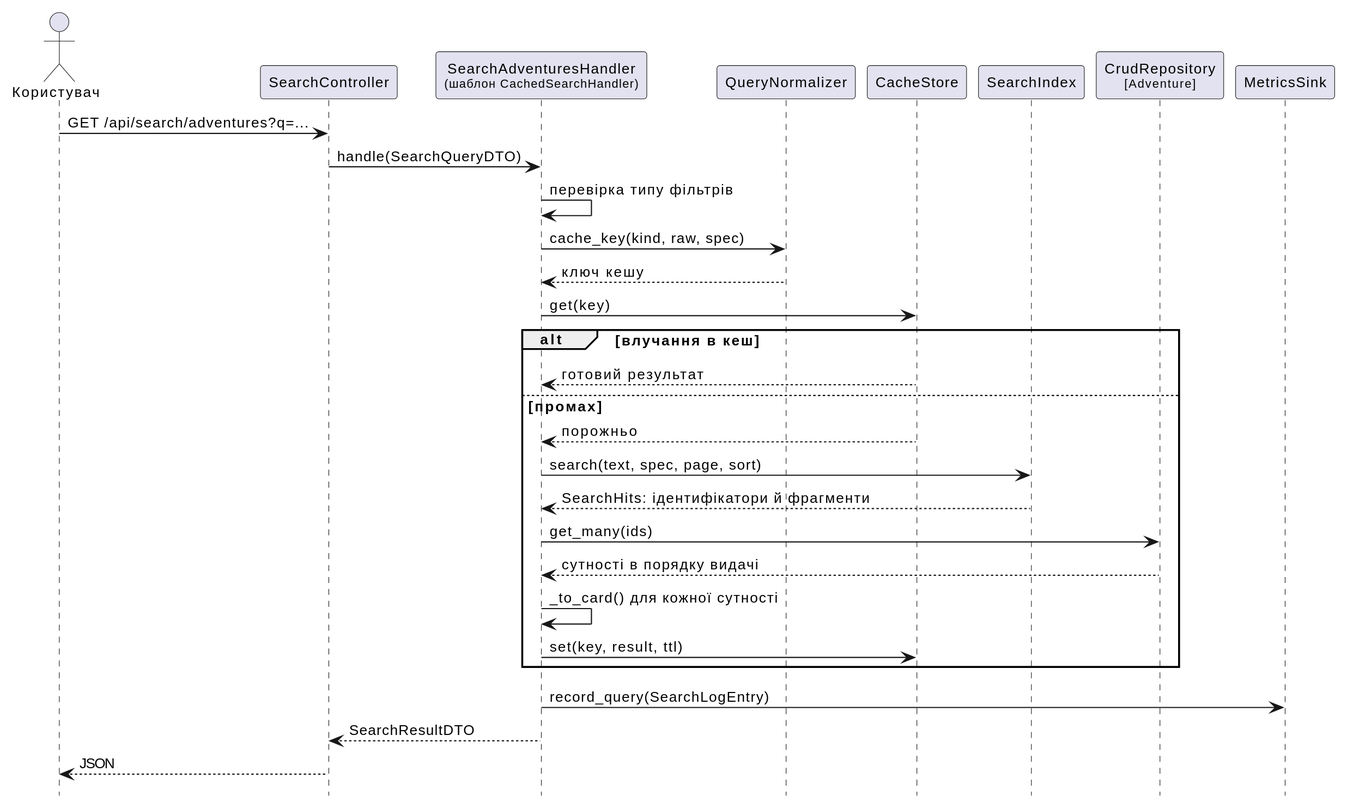
Above: docs/conceptual/arch-06-sequence-read.svg in Oleksiiska/DB_coursework_D-D (PlantUML), before the change. Source of this version:
```plantuml
@startuml
skinparam backgroundColor white
skinparam shadowing false
skinparam dpi 150
skinparam defaultFontSize 12
hide footbox

actor Користувач as U
participant "SearchController" as C
participant "SearchAdventuresHandler\n<size:10>(шаблон CachedSearchHandler)</size>" as H
participant "QueryNormalizer" as N
participant "CacheStore" as K
participant "SearchIndex" as S
participant "CrudRepository\n<size:10>[Adventure]</size>" as D
participant "MetricsSink" as M

U -> C : GET /api/search/adventures?q=...
C -> H : handle(SearchQueryDTO)
H -> H : перевірка типу фільтрів
H -> N : cache_key(kind, raw, spec)
N --> H : ключ кешу

H -> K : get(key)
alt влучання в кеш
  K --> H : готовий результат
else промах
  K --> H : порожньо
  H -> S : search(text, spec, page, sort)
  S --> H : SearchHits: ідентифікатори й фрагменти
  H -> D : get_many(ids)
  D --> H : сутності в порядку видачі
  H -> H : _to_card() для кожної сутності
  H -> K : set(key, result, ttl)
end
H -> M : record_query(SearchLogEntry)
H --> C : SearchResultDTO
C --> U : JSON
@enduml
```
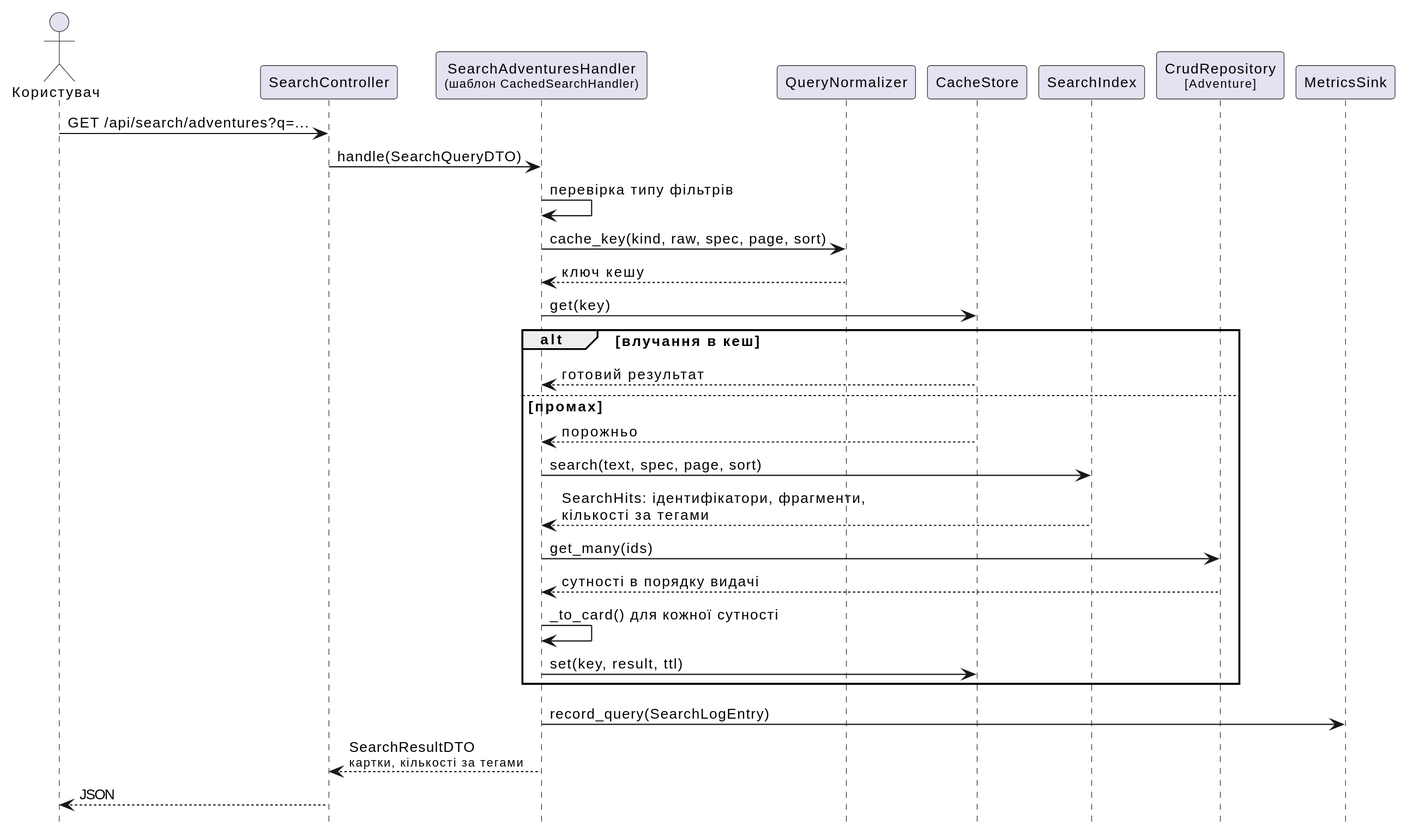
The same file after the commit.

Change to the diagram source:
```diff
@@ -17,7 +17,7 @@
 U -> C : GET /api/search/adventures?q=...
 C -> H : handle(SearchQueryDTO)
 H -> H : перевірка типу фільтрів
-H -> N : cache_key(kind, raw, spec)
+H -> N : cache_key(kind, raw, spec, page, sort)
 N --> H : ключ кешу
 
 H -> K : get(key)
@@ -26,13 +26,13 @@
 else промах
   K --> H : порожньо
   H -> S : search(text, spec, page, sort)
-  S --> H : SearchHits: ідентифікатори й фрагменти
+  S --> H : SearchHits: ідентифікатори, фрагменти,\nкількості за тегами
   H -> D : get_many(ids)
   D --> H : сутності в порядку видачі
   H -> H : _to_card() для кожної сутності
   H -> K : set(key, result, ttl)
 end
 H -> M : record_query(SearchLogEntry)
-H --> C : SearchResultDTO
+H --> C : SearchResultDTO\n<size:10>картки, кількості за тегами</size>
 C --> U : JSON
 @enduml
```
